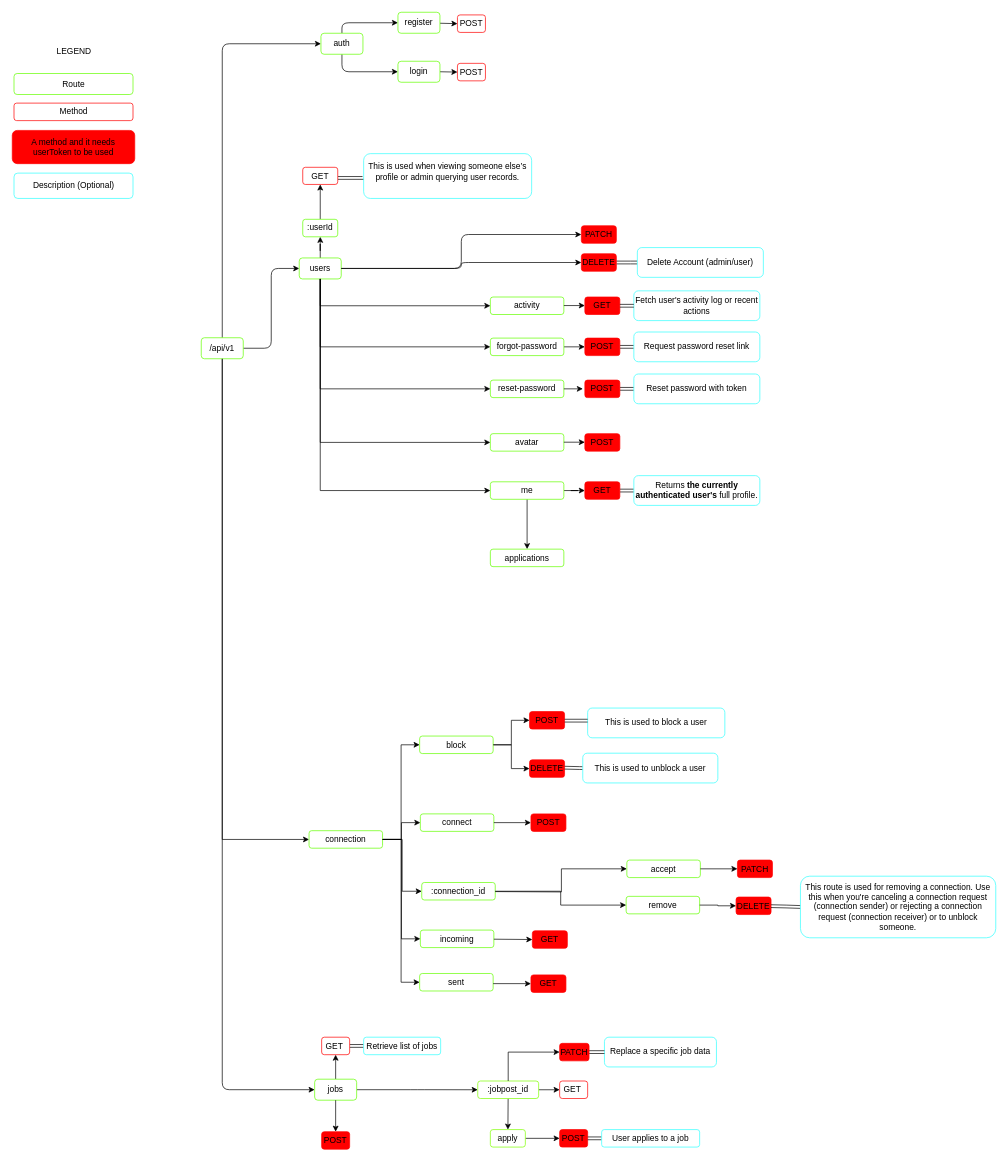
kenshiin1123/dev-match keeps this draw.io diagram as diagrams/rest_api.drawio. Above is the earlier version. Source tidied: cells renumbered, new cells numbered last; positions are measured from the earlier drawing's top-left corner, leaving out a move shared by most shapes. Both pictures are drawn from the tidied source at 70%, with x=0, y=0 at pixel (12, 12).
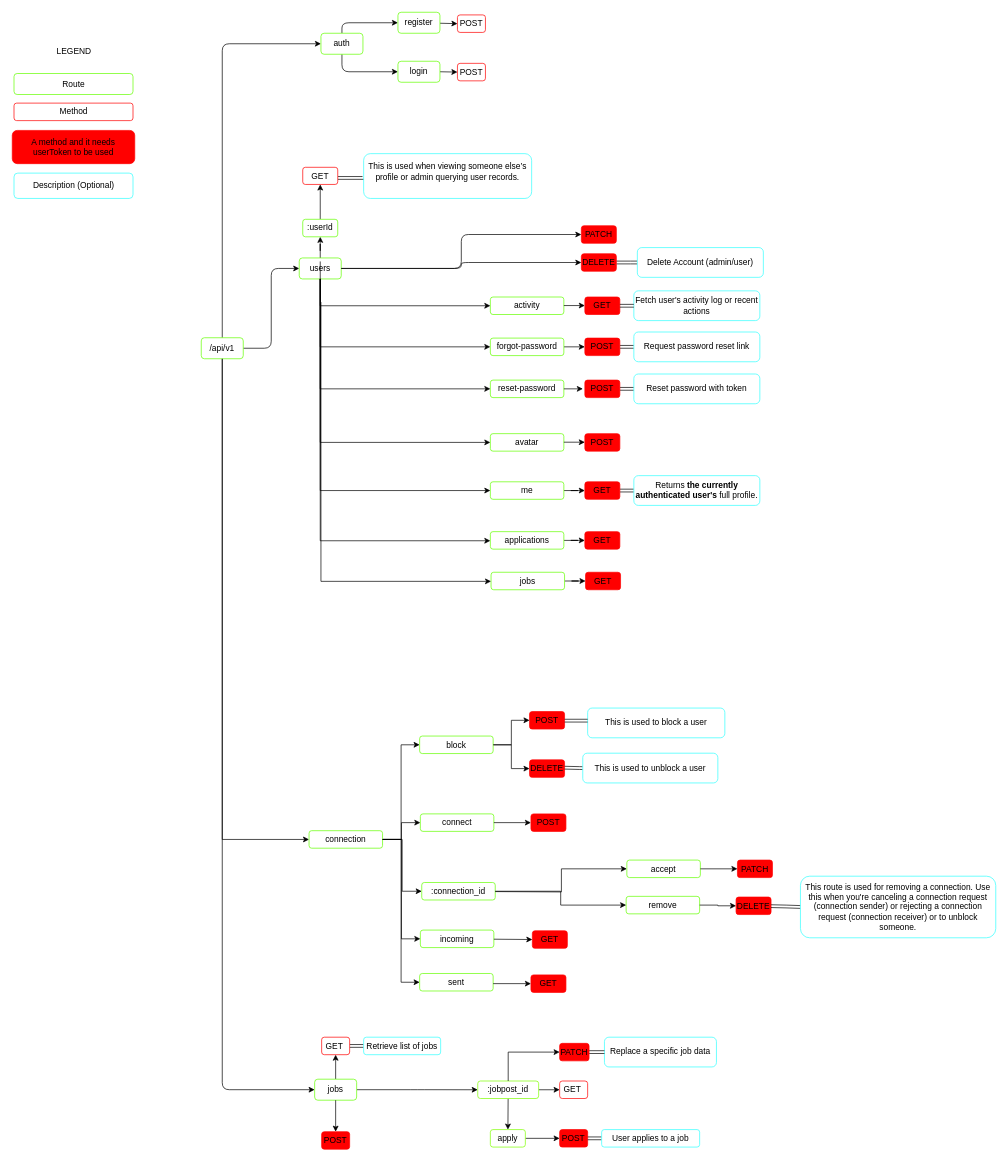
After the change.

Commit message (it also covers changes not shown here):
Create route for employer to display their posted jobs

Unchanged cells that the change refers to:
```xml
<mxCell id="52" value="me" style="whiteSpace=wrap;html=1;rounded=1;strokeColor=#65FF00;fontStyle=0;" parent="1" vertex="1">
  <mxGeometry x="683" y="670.8" width="105" height="25" as="geometry" />
</mxCell>
```

Change to the diagram source:
```diff
@@
-    <mxCell id="51" style="edgeStyle=orthogonalEdgeStyle;rounded=0;jettySize=auto;html=1;" parent="1" edge="1" source="52" target="121">
-      <mxGeometry relative="1" as="geometry" />
+    <mxCell id="51" style="edgeStyle=orthogonalEdgeStyle;rounded=0;jettySize=auto;html=1;exitX=0.5;exitY=1;exitDx=0;exitDy=0;" parent="1" edge="1" target="121">
+      <mxGeometry relative="1" as="geometry">
+        <mxPoint x="440" y="356" as="sourcePoint" />
+        <Array as="points">
+          <mxPoint x="440" y="755" />
+        </Array>
+      </mxGeometry>
     </mxCell>
@@
+    <mxCell id="122" style="edgeStyle=orthogonalEdgeStyle;rounded=0;jettySize=auto;html=1;" parent="1" edge="1" source="121" target="123">
+      <mxGeometry relative="1" as="geometry" />
+    </mxCell>
     <mxCell id="121" value="applications" style="whiteSpace=wrap;html=1;rounded=1;strokeColor=#65FF00;fontStyle=0;" parent="1" vertex="1">
-      <mxGeometry x="683" y="767" width="105" height="25" as="geometry" />
+      <mxGeometry x="683" y="742" width="105" height="25" as="geometry" />
     </mxCell>
+    <mxCell id="123" value="GET" style="whiteSpace=wrap;html=1;rounded=1;strokeColor=#FF0000;fontStyle=0;fillColor=#FF0000;" parent="1" vertex="1">
+      <mxGeometry x="818" y="742" width="50" height="25" as="geometry" />
+    </mxCell>
+    <mxCell id="124" style="edgeStyle=orthogonalEdgeStyle;rounded=0;jettySize=auto;html=1;" parent="1" edge="1" source="125" target="126">
+      <mxGeometry relative="1" as="geometry" />
+    </mxCell>
+    <mxCell id="125" value="jobs" style="whiteSpace=wrap;html=1;rounded=1;strokeColor=#65FF00;fontStyle=0;" parent="1" vertex="1">
+      <mxGeometry x="684" y="800" width="105" height="25" as="geometry" />
+    </mxCell>
+    <mxCell id="126" value="GET" style="whiteSpace=wrap;html=1;rounded=1;strokeColor=#FF0000;fontStyle=0;fillColor=#FF0000;" parent="1" vertex="1">
+      <mxGeometry x="819" y="800" width="50" height="25" as="geometry" />
+    </mxCell>
+    <mxCell id="127" style="edgeStyle=orthogonalEdgeStyle;rounded=0;jettySize=auto;html=1;exitX=0.5;exitY=1;exitDx=0;exitDy=0;" parent="1" edge="1" target="125">
+      <mxGeometry relative="1" as="geometry">
+        <mxPoint x="441" y="414" as="sourcePoint" />
+        <Array as="points">
+          <mxPoint x="441" y="813" />
+        </Array>
+      </mxGeometry>
+    </mxCell>
```
